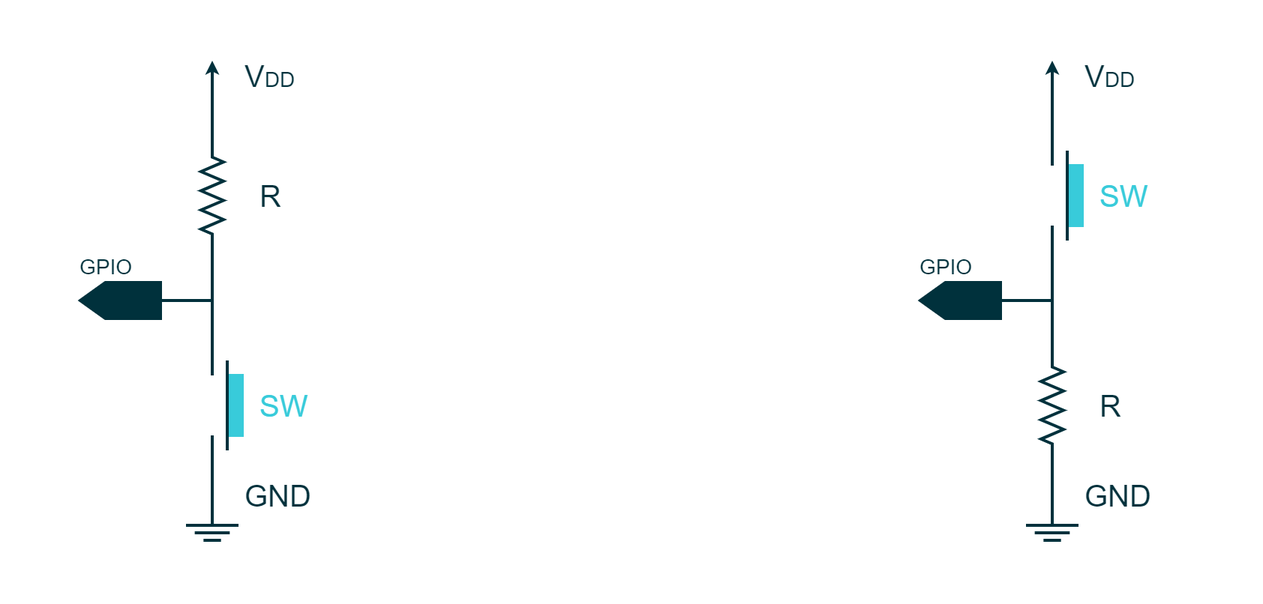
Earlier version of the draw.io export draw.io/PE Articles/Examples and exercises/Mastering push buttons with ChibiOS PAL/Push-button configurations (PE).png (PLAY-Embedded/pe_assets). Source tidied: cells renumbered, new cells last; positions are measured from the earlier drawing's top-left corner, leaving out a move shared by most shapes. Source of this version:
```xml
<mxGraphModel>
  <root>
    <mxCell id="0" />
    <mxCell id="1" parent="0" />
    <mxCell id="2" style="rounded=0;whiteSpace=wrap;html=1;strokeColor=none;strokeWidth=2;fontFamily=Arial;fontSize=20;fontColor=#FFFFFF;fillColor=#FFFFFF;opacity=0;" parent="1" vertex="1">
      <mxGeometry width="840" height="400" as="geometry" />
    </mxCell>
    <mxCell id="3" style="verticalLabelPosition=bottom;shadow=0;dashed=0;align=center;fillColor=#00313C;html=1;verticalAlign=top;strokeWidth=2;shape=mxgraph.electrical.resistors.resistor_2;fontSize=16;fontColor=#FFFFFF;strokeColor=#00313C;rotation=90;fontFamily=Arial;" parent="1" vertex="1">
      <mxGeometry x="100" y="122.5" width="80" height="15" as="geometry" />
    </mxCell>
    <mxCell id="4" style="endArrow=none;html=1;strokeColor=#00313C;strokeWidth=2;fontSize=5;fontColor=#101820;endFill=0;endSize=4;startArrow=none;startFill=0;startSize=4;fontFamily=Arial;rounded=0;fillColor=#00313C;" parent="1" edge="1">
      <mxGeometry relative="1" as="geometry">
        <mxPoint x="140" y="290" as="sourcePoint" />
        <mxPoint x="150" y="350" as="targetPoint" />
        <Array as="points">
          <mxPoint x="140" y="350" />
        </Array>
      </mxGeometry>
    </mxCell>
    <mxCell id="5" value="&lt;div style=&quot;text-align: center; font-size: 14px;&quot;&gt;&lt;font color=&quot;#00313c&quot; style=&quot;font-size: 14px;&quot;&gt;GPIO&lt;/font&gt;&lt;/div&gt;" style="rounded=0;whiteSpace=wrap;html=1;strokeColor=none;strokeWidth=2;fillColor=none;fontColor=#4DB182;align=left;fontSize=14;fontFamily=Arial;" parent="1" vertex="1">
      <mxGeometry x="50" y="170" width="44" height="16.8" as="geometry" />
    </mxCell>
    <mxCell id="6" style="endArrow=none;html=1;rounded=0;strokeColor=#00313C;strokeWidth=2;fontFamily=Arial;fontSize=20;fontColor=#101820;fillColor=#00313C;" parent="1" edge="1">
      <mxGeometry relative="1" as="geometry">
        <mxPoint x="140" y="250" as="sourcePoint" />
        <mxPoint x="100" y="200" as="targetPoint" />
        <Array as="points">
          <mxPoint x="140" y="200" />
        </Array>
      </mxGeometry>
    </mxCell>
    <mxCell id="7" style="rounded=0;whiteSpace=wrap;html=1;strokeColor=#38CBDA;strokeWidth=2;fontFamily=Arial;fontSize=20;fontColor=#FFFFFF;fillColor=#38CBDA;" parent="1" vertex="1">
      <mxGeometry x="150" y="250" width="10" height="40" as="geometry" />
    </mxCell>
    <mxCell id="8" style="endArrow=none;html=1;rounded=0;strokeColor=#00313C;strokeWidth=2;fontFamily=Arial;fontSize=20;fontColor=#101820;fillColor=#00313C;" parent="1" edge="1">
      <mxGeometry relative="1" as="geometry">
        <mxPoint x="100" y="200" as="sourcePoint" />
        <mxPoint x="140" y="170" as="targetPoint" />
        <Array as="points">
          <mxPoint x="140" y="200" />
        </Array>
      </mxGeometry>
    </mxCell>
    <mxCell id="9" style="endArrow=none;html=1;rounded=0;strokeColor=#00313C;strokeWidth=2;fontFamily=Arial;fontSize=20;fontColor=#101820;fillColor=#00313C;entryX=0;entryY=0.5;entryDx=0;entryDy=0;entryPerimeter=0;endFill=0;startArrow=classic;startFill=1;endSize=3;startSize=3;" parent="1" edge="1" target="3">
      <mxGeometry relative="1" as="geometry">
        <mxPoint x="140" y="40" as="sourcePoint" />
      </mxGeometry>
    </mxCell>
    <mxCell id="10" value="R" style="rounded=0;whiteSpace=wrap;html=1;strokeColor=none;strokeWidth=2;fontFamily=Arial;fontSize=20;fontColor=#00313C;fillColor=none;align=left;" parent="1" vertex="1">
      <mxGeometry x="170" y="120" width="30" height="20" as="geometry" />
    </mxCell>
    <mxCell id="11" value="GND" style="rounded=0;whiteSpace=wrap;html=1;strokeColor=none;strokeWidth=2;fontFamily=Arial;fontSize=20;fontColor=#00313C;fillColor=none;align=left;" parent="1" vertex="1">
      <mxGeometry x="160" y="320" width="50" height="20" as="geometry" />
    </mxCell>
    <mxCell id="12" style="group;" parent="1" vertex="1">
      <mxGeometry x="122.5" y="350" width="35" height="10" as="geometry" />
    </mxCell>
    <mxCell id="13" style="endArrow=none;html=1;rounded=0;strokeColor=#00313C;strokeWidth=2;fontFamily=Arial;fontSize=20;fontColor=#101820;fillColor=#00313C;" parent="12" edge="1">
      <mxGeometry relative="1" as="geometry">
        <mxPoint as="sourcePoint" />
        <mxPoint x="35" as="targetPoint" />
      </mxGeometry>
    </mxCell>
    <mxCell id="14" style="endArrow=none;html=1;rounded=0;strokeColor=#00313C;strokeWidth=2;fontFamily=Arial;fontSize=20;fontColor=#101820;fillColor=#00313C;" parent="12" edge="1">
      <mxGeometry relative="1" as="geometry">
        <mxPoint x="5.8" y="5" as="sourcePoint" />
        <mxPoint x="29.2" y="5" as="targetPoint" />
      </mxGeometry>
    </mxCell>
    <mxCell id="15" style="endArrow=none;html=1;rounded=0;strokeColor=#00313C;strokeWidth=2;fontFamily=Arial;fontSize=20;fontColor=#101820;fillColor=#00313C;" parent="12" edge="1">
      <mxGeometry relative="1" as="geometry">
        <mxPoint x="11.7" y="10" as="sourcePoint" />
        <mxPoint x="23.3" y="10" as="targetPoint" />
      </mxGeometry>
    </mxCell>
    <mxCell id="16" value="&lt;div style=&quot;text-align: left&quot;&gt;&lt;br&gt;&lt;/div&gt;" style="shape=offPageConnector;whiteSpace=wrap;html=1;rotation=90;strokeWidth=2;strokeColor=#00313C;size=0.3130841121495327;fontColor=#FFFFFF;align=left;comic=0;fillColor=#00313C;rounded=0;fontFamily=Arial;" parent="1" vertex="1">
      <mxGeometry x="66.8" y="173.2" width="24" height="53.5" as="geometry" />
    </mxCell>
    <mxCell id="17" value="V&lt;font style=&quot;font-size: 14px;&quot;&gt;DD&lt;/font&gt;" style="rounded=0;whiteSpace=wrap;html=1;strokeColor=none;strokeWidth=2;fontFamily=Arial;fontSize=20;fontColor=#00313C;fillColor=none;align=left;" parent="1" vertex="1">
      <mxGeometry x="160" y="40" width="50" height="20" as="geometry" />
    </mxCell>
    <mxCell id="18" style="verticalLabelPosition=bottom;shadow=0;dashed=0;align=center;fillColor=#00313C;html=1;verticalAlign=top;strokeWidth=2;shape=mxgraph.electrical.resistors.resistor_2;fontSize=16;fontColor=#FFFFFF;strokeColor=#00313C;rotation=90;fontFamily=Arial;" parent="1" vertex="1">
      <mxGeometry x="660" y="262.5" width="80" height="15" as="geometry" />
    </mxCell>
    <mxCell id="19" style="endArrow=none;html=1;strokeColor=#00313C;strokeWidth=2;fontSize=5;fontColor=#101820;endFill=0;endSize=4;startArrow=none;startFill=0;startSize=4;fontFamily=Arial;rounded=0;fillColor=#00313C;exitX=1;exitY=0.5;exitDx=0;exitDy=0;exitPerimeter=0;" parent="1" edge="1" source="18">
      <mxGeometry relative="1" as="geometry">
        <mxPoint x="710" y="350" as="targetPoint" />
        <Array as="points">
          <mxPoint x="700" y="350" />
        </Array>
      </mxGeometry>
    </mxCell>
    <mxCell id="20" value="&lt;div style=&quot;text-align: center; font-size: 14px;&quot;&gt;&lt;font color=&quot;#00313c&quot; style=&quot;font-size: 14px;&quot;&gt;GPIO&lt;/font&gt;&lt;/div&gt;" style="rounded=0;whiteSpace=wrap;html=1;strokeColor=none;strokeWidth=2;fillColor=none;fontColor=#4DB182;align=left;fontSize=14;fontFamily=Arial;" parent="1" vertex="1">
      <mxGeometry x="610" y="170" width="44" height="16.8" as="geometry" />
    </mxCell>
    <mxCell id="21" style="endArrow=none;html=1;rounded=0;strokeColor=#00313C;strokeWidth=2;fontFamily=Arial;fontSize=20;fontColor=#101820;fillColor=#00313C;exitX=0;exitY=0.5;exitDx=0;exitDy=0;exitPerimeter=0;" parent="1" edge="1" source="18">
      <mxGeometry relative="1" as="geometry">
        <mxPoint x="660" y="200" as="targetPoint" />
        <Array as="points">
          <mxPoint x="700" y="200" />
        </Array>
      </mxGeometry>
    </mxCell>
    <mxCell id="22" style="rounded=0;whiteSpace=wrap;html=1;strokeColor=#38CBDA;strokeWidth=2;fontFamily=Arial;fontSize=20;fontColor=#FFFFFF;fillColor=#38CBDA;" parent="1" vertex="1">
      <mxGeometry x="710" y="110" width="10" height="40" as="geometry" />
    </mxCell>
    <mxCell id="23" style="endArrow=none;html=1;rounded=0;strokeColor=#00313C;strokeWidth=2;fontFamily=Arial;fontSize=20;fontColor=#101820;fillColor=#00313C;" parent="1" edge="1">
      <mxGeometry relative="1" as="geometry">
        <mxPoint x="660" y="200" as="sourcePoint" />
        <mxPoint x="700" y="150" as="targetPoint" />
        <Array as="points">
          <mxPoint x="700" y="200" />
        </Array>
      </mxGeometry>
    </mxCell>
    <mxCell id="24" style="endArrow=none;html=1;rounded=0;strokeColor=#00313C;strokeWidth=2;fontFamily=Arial;fontSize=20;fontColor=#101820;fillColor=#00313C;endFill=0;startArrow=classic;startFill=1;endSize=3;startSize=3;" parent="1" edge="1">
      <mxGeometry relative="1" as="geometry">
        <mxPoint x="700" y="40" as="sourcePoint" />
        <mxPoint x="700" y="110" as="targetPoint" />
      </mxGeometry>
    </mxCell>
    <mxCell id="25" value="R" style="rounded=0;whiteSpace=wrap;html=1;strokeColor=none;strokeWidth=2;fontFamily=Arial;fontSize=20;fontColor=#00313C;fillColor=none;align=left;" parent="1" vertex="1">
      <mxGeometry x="730" y="260" width="30" height="20" as="geometry" />
    </mxCell>
    <mxCell id="26" value="GND" style="rounded=0;whiteSpace=wrap;html=1;strokeColor=none;strokeWidth=2;fontFamily=Arial;fontSize=20;fontColor=#00313C;fillColor=none;align=left;" parent="1" vertex="1">
      <mxGeometry x="720" y="320" width="50" height="20" as="geometry" />
    </mxCell>
    <mxCell id="27" style="group;" parent="1" vertex="1">
      <mxGeometry x="682.5" y="350" width="35" height="10" as="geometry" />
    </mxCell>
    <mxCell id="28" style="endArrow=none;html=1;rounded=0;strokeColor=#00313C;strokeWidth=2;fontFamily=Arial;fontSize=20;fontColor=#101820;fillColor=#00313C;" parent="27" edge="1">
      <mxGeometry relative="1" as="geometry">
        <mxPoint as="sourcePoint" />
        <mxPoint x="35" as="targetPoint" />
      </mxGeometry>
    </mxCell>
    <mxCell id="29" style="endArrow=none;html=1;rounded=0;strokeColor=#00313C;strokeWidth=2;fontFamily=Arial;fontSize=20;fontColor=#101820;fillColor=#00313C;" parent="27" edge="1">
      <mxGeometry relative="1" as="geometry">
        <mxPoint x="5.8" y="5" as="sourcePoint" />
        <mxPoint x="29.2" y="5" as="targetPoint" />
      </mxGeometry>
    </mxCell>
    <mxCell id="30" style="endArrow=none;html=1;rounded=0;strokeColor=#00313C;strokeWidth=2;fontFamily=Arial;fontSize=20;fontColor=#101820;fillColor=#00313C;" parent="27" edge="1">
      <mxGeometry relative="1" as="geometry">
        <mxPoint x="11.7" y="10" as="sourcePoint" />
        <mxPoint x="23.3" y="10" as="targetPoint" />
      </mxGeometry>
    </mxCell>
    <mxCell id="31" value="&lt;div style=&quot;text-align: left&quot;&gt;&lt;br&gt;&lt;/div&gt;" style="shape=offPageConnector;whiteSpace=wrap;html=1;rotation=90;strokeWidth=2;strokeColor=#00313C;size=0.3130841121495327;fontColor=#FFFFFF;align=left;comic=0;fillColor=#00313C;rounded=0;fontFamily=Arial;" parent="1" vertex="1">
      <mxGeometry x="626.8" y="173.2" width="24" height="53.5" as="geometry" />
    </mxCell>
    <mxCell id="32" value="V&lt;font style=&quot;font-size: 14px;&quot;&gt;DD&lt;/font&gt;" style="rounded=0;whiteSpace=wrap;html=1;strokeColor=none;strokeWidth=2;fontFamily=Arial;fontSize=20;fontColor=#00313C;fillColor=none;align=left;" parent="1" vertex="1">
      <mxGeometry x="720" y="40" width="50" height="20" as="geometry" />
    </mxCell>
    <mxCell id="33" value="&lt;font color=&quot;#38cbda&quot;&gt;SW&lt;/font&gt;" style="rounded=0;whiteSpace=wrap;html=1;strokeColor=none;strokeWidth=2;fontFamily=Arial;fontSize=20;fontColor=#00313C;fillColor=none;align=left;" parent="1" vertex="1">
      <mxGeometry x="170" y="260" width="40" height="20" as="geometry" />
    </mxCell>
    <mxCell id="34" value="&lt;font color=&quot;#38cbda&quot;&gt;SW&lt;/font&gt;" style="rounded=0;whiteSpace=wrap;html=1;strokeColor=none;strokeWidth=2;fontFamily=Arial;fontSize=20;fontColor=#00313C;fillColor=none;align=left;" parent="1" vertex="1">
      <mxGeometry x="730" y="120" width="40" height="20" as="geometry" />
    </mxCell>
    <mxCell id="35" style="endArrow=none;html=1;rounded=0;strokeColor=#00313C;strokeWidth=2;fontFamily=Arial;fontSize=20;fontColor=#101820;fillColor=#00313C;" parent="1" edge="1">
      <mxGeometry relative="1" as="geometry">
        <mxPoint x="150" y="300" as="sourcePoint" />
        <mxPoint x="150" y="240" as="targetPoint" />
      </mxGeometry>
    </mxCell>
    <mxCell id="36" style="endArrow=none;html=1;rounded=0;strokeColor=#00313C;strokeWidth=2;fontFamily=Arial;fontSize=20;fontColor=#101820;fillColor=#00313C;" parent="1" edge="1">
      <mxGeometry relative="1" as="geometry">
        <mxPoint x="710" y="160" as="sourcePoint" />
        <mxPoint x="710" y="100" as="targetPoint" />
      </mxGeometry>
    </mxCell>
  </root>
</mxGraphModel>
```
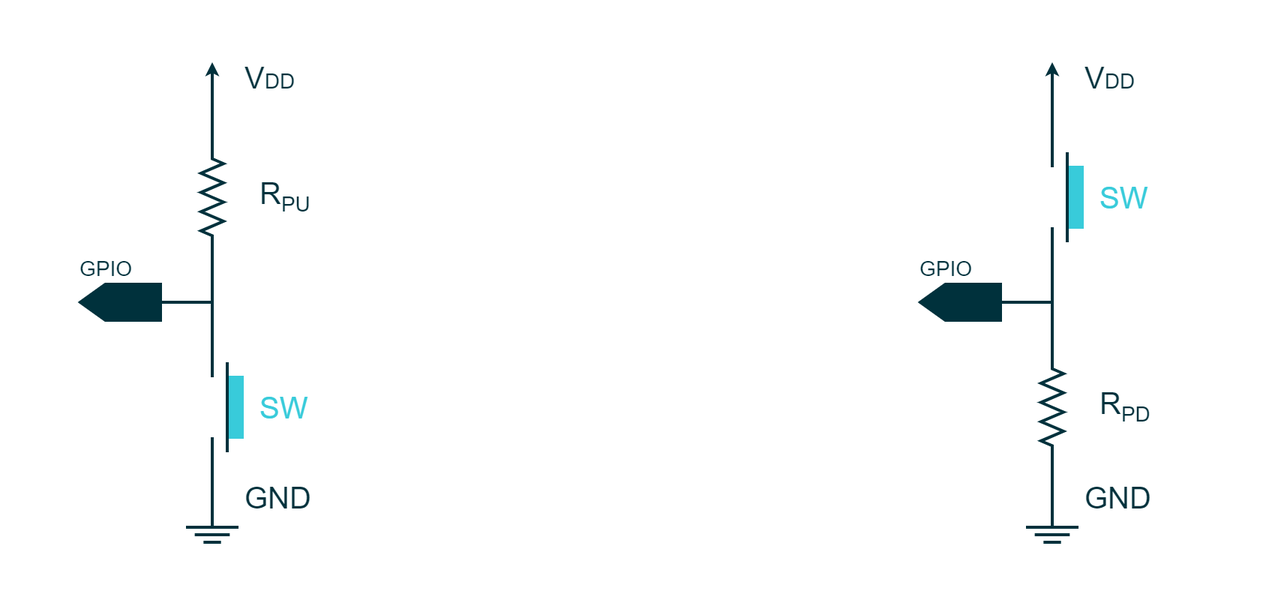
After the change.

What changed in the source:
```diff
@@ -46,7 +46,7 @@
         <mxPoint x="140" y="40" as="sourcePoint" />
       </mxGeometry>
     </mxCell>
-    <mxCell id="10" value="R" style="rounded=0;whiteSpace=wrap;html=1;strokeColor=none;strokeWidth=2;fontFamily=Arial;fontSize=20;fontColor=#00313C;fillColor=none;align=left;" parent="1" vertex="1">
+    <mxCell id="10" value="R&lt;sub&gt;&lt;font style=&quot;font-size: 14px;&quot;&gt;PU&lt;/font&gt;&lt;/sub&gt;" style="rounded=0;whiteSpace=wrap;html=1;strokeColor=none;strokeWidth=2;fontFamily=Arial;fontSize=20;fontColor=#00313C;fillColor=none;align=left;" parent="1" vertex="1">
       <mxGeometry x="170" y="120" width="30" height="20" as="geometry" />
     </mxCell>
     <mxCell id="11" value="GND" style="rounded=0;whiteSpace=wrap;html=1;strokeColor=none;strokeWidth=2;fontFamily=Arial;fontSize=20;fontColor=#00313C;fillColor=none;align=left;" parent="1" vertex="1">
@@ -119,7 +119,7 @@
         <mxPoint x="700" y="110" as="targetPoint" />
       </mxGeometry>
     </mxCell>
-    <mxCell id="25" value="R" style="rounded=0;whiteSpace=wrap;html=1;strokeColor=none;strokeWidth=2;fontFamily=Arial;fontSize=20;fontColor=#00313C;fillColor=none;align=left;" parent="1" vertex="1">
+    <mxCell id="25" value="R&lt;sub&gt;&lt;font style=&quot;font-size: 14px;&quot;&gt;PD&lt;/font&gt;&lt;/sub&gt;" style="rounded=0;whiteSpace=wrap;html=1;strokeColor=none;strokeWidth=2;fontFamily=Arial;fontSize=20;fontColor=#00313C;fillColor=none;align=left;" parent="1" vertex="1">
       <mxGeometry x="730" y="260" width="30" height="20" as="geometry" />
     </mxCell>
     <mxCell id="26" value="GND" style="rounded=0;whiteSpace=wrap;html=1;strokeColor=none;strokeWidth=2;fontFamily=Arial;fontSize=20;fontColor=#00313C;fillColor=none;align=left;" parent="1" vertex="1">
```
